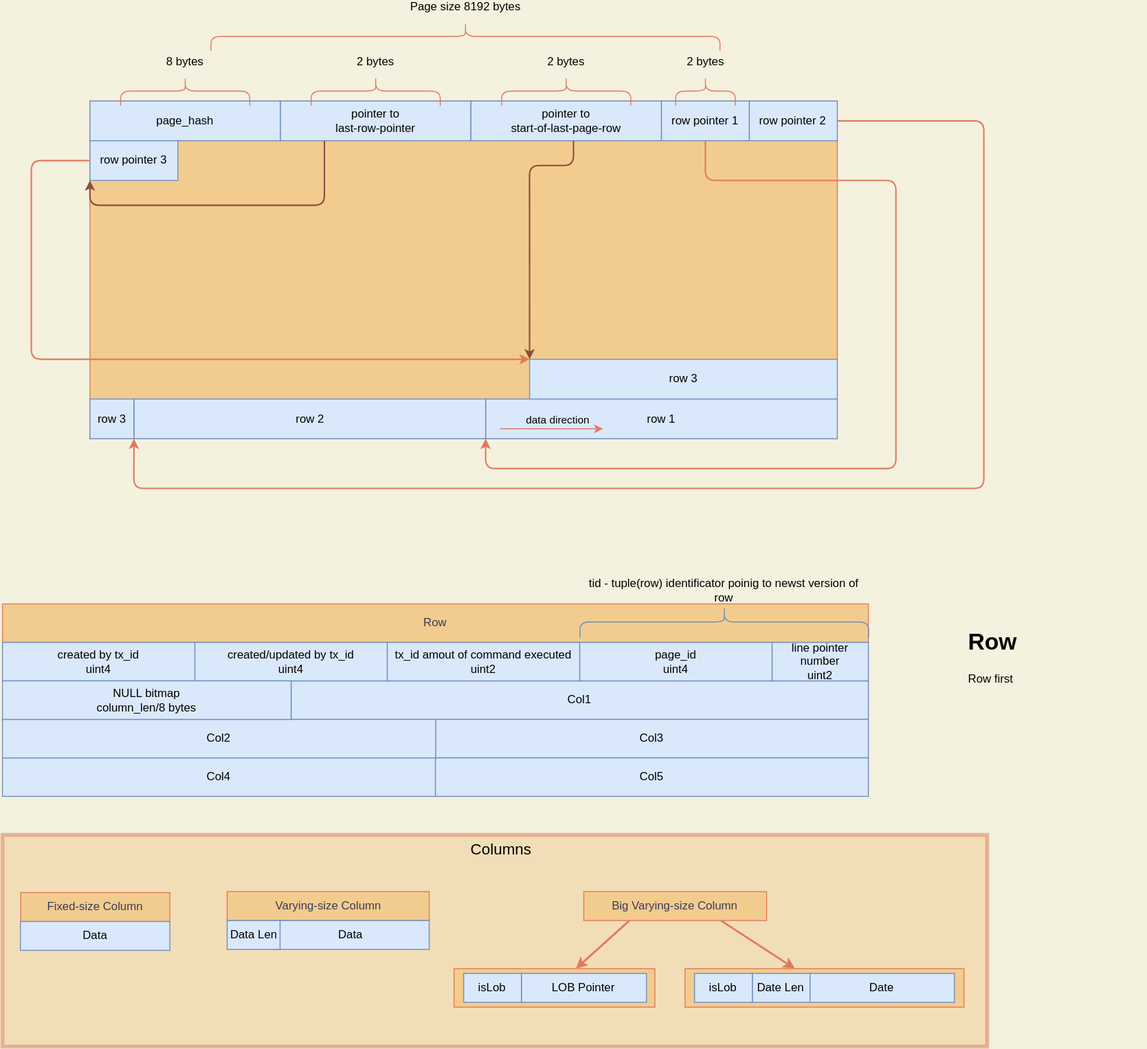
Harry29-exe/HomegrownDB keeps this draw.io diagram as documentacion/page.doc.svg. Above is the earlier version. Source tidied: cells renumbered, new cells last; positions are measured from the earlier drawing's top-left corner, leaving out a move shared by most shapes.
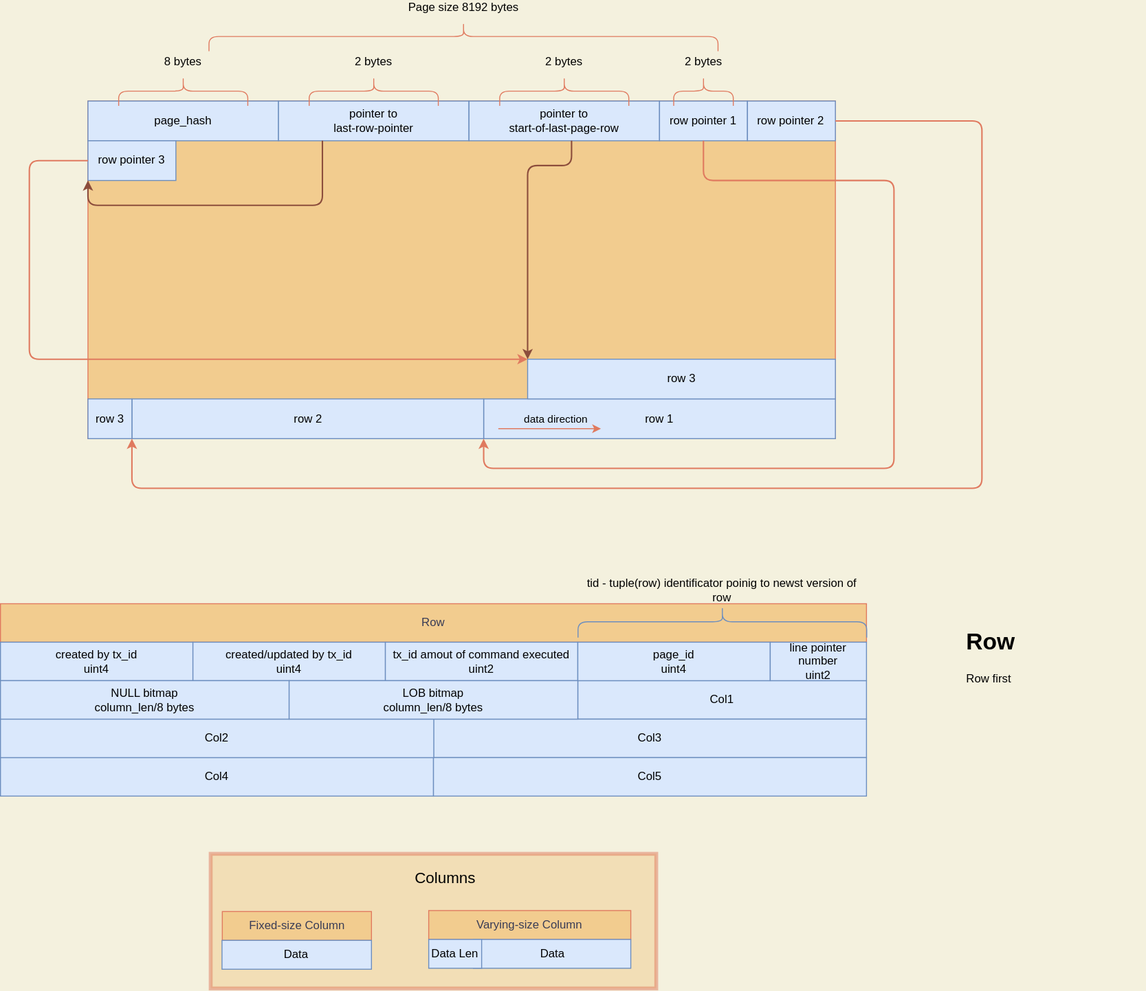
Above is the later version.

The edit, as a diff of the source:
```diff
@@ -3,19 +3,13 @@
     <mxCell id="0" />
     <mxCell id="1" parent="0" />
     <mxCell id="2" style="rounded=0;whiteSpace=wrap;html=1;sketch=0;fontColor=#393C56;strokeColor=#E07A5F;fillColor=#F2CC8F;opacity=50;strokeWidth=4;" parent="1" vertex="1">
-      <mxGeometry y="1094" width="1023.5" height="220" as="geometry" />
+      <mxGeometry x="218.4" y="1114" width="463.1" height="140" as="geometry" />
     </mxCell>
-    <mxCell id="3" style="edgeStyle=none;rounded=1;jettySize=auto;html=1;fontColor=#000000;strokeWidth=2;strokeColor=#E07A5F;fillColor=#F2CC8F;sketch=0;exitX=0.25;exitY=1;exitDx=0;exitDy=0;" parent="1" edge="1" source="18" target="10">
-      <mxGeometry relative="1" as="geometry" />
-    </mxCell>
-    <mxCell id="4" style="edgeStyle=none;rounded=1;jettySize=auto;html=1;fontColor=#000000;strokeWidth=2;strokeColor=#E07A5F;fillColor=#F2CC8F;sketch=0;exitX=0.75;exitY=1;exitDx=0;exitDy=0;" parent="1" edge="1" source="18" target="14">
-      <mxGeometry relative="1" as="geometry" />
-    </mxCell>
     <mxCell id="5" value="&lt;font style=&quot;font-size: 16px&quot;&gt;Columns&lt;/font&gt;" style="text;html=1;strokeColor=none;fillColor=none;align=center;verticalAlign=middle;whiteSpace=wrap;rounded=0;fontColor=#000000;" parent="1" vertex="1">
-      <mxGeometry x="469.3" y="1094" width="98.7" height="30" as="geometry" />
+      <mxGeometry x="412.9" y="1124" width="98.7" height="30" as="geometry" />
     </mxCell>
     <mxCell id="6" style="group;" parent="1" vertex="1">
-      <mxGeometry x="18.7" y="1154" width="155.3" height="60" as="geometry" />
+      <mxGeometry x="230.2" y="1174" width="155.3" height="60" as="geometry" />
     </mxCell>
     <mxCell id="7" value="Fixed-size Column" style="rounded=0;whiteSpace=wrap;html=1;sketch=0;fontColor=#393C56;strokeColor=#E07A5F;fillColor=#F2CC8F;" parent="6" vertex="1">
       <mxGeometry x="0.3" width="155" height="30" as="geometry" />
@@ -23,38 +17,8 @@
     <mxCell id="8" value="&lt;font color=&quot;#000000&quot;&gt;Data&lt;/font&gt;" style="rounded=0;whiteSpace=wrap;html=1;strokeColor=#6c8ebf;fillColor=#dae8fc;sketch=0;" parent="6" vertex="1">
       <mxGeometry y="30" width="155.3" height="30" as="geometry" />
     </mxCell>
-    <mxCell id="9" style="group;" parent="1" vertex="1">
-      <mxGeometry x="469.3" y="1233" width="208.8" height="40" as="geometry" />
-    </mxCell>
-    <mxCell id="10" style="rounded=0;whiteSpace=wrap;html=1;sketch=0;fontColor=#393C56;strokeColor=#E07A5F;fillColor=#F2CC8F;" parent="9" vertex="1">
-      <mxGeometry width="208.8" height="40" as="geometry" />
-    </mxCell>
-    <mxCell id="11" value="&lt;font color=&quot;#000000&quot;&gt;LOB Pointer&lt;/font&gt;" style="rounded=0;whiteSpace=wrap;html=1;strokeColor=#6c8ebf;fillColor=#dae8fc;sketch=0;" parent="9" vertex="1">
-      <mxGeometry x="70" y="5" width="130" height="30" as="geometry" />
-    </mxCell>
-    <mxCell id="12" value="&lt;font color=&quot;#000000&quot;&gt;isLob&lt;/font&gt;" style="rounded=0;whiteSpace=wrap;html=1;strokeColor=#6c8ebf;fillColor=#dae8fc;sketch=0;" parent="9" vertex="1">
-      <mxGeometry x="10" y="5" width="60" height="30" as="geometry" />
-    </mxCell>
-    <mxCell id="13" style="group;" parent="1" vertex="1">
-      <mxGeometry x="709.3" y="1233" width="290" height="40" as="geometry" />
-    </mxCell>
-    <mxCell id="14" style="rounded=0;whiteSpace=wrap;html=1;sketch=0;fontColor=#393C56;strokeColor=#E07A5F;fillColor=#F2CC8F;" parent="13" vertex="1">
-      <mxGeometry width="290" height="40" as="geometry" />
-    </mxCell>
-    <mxCell id="15" value="&lt;font color=&quot;#000000&quot;&gt;Date Len&lt;/font&gt;" style="rounded=0;whiteSpace=wrap;html=1;strokeColor=#6c8ebf;fillColor=#dae8fc;sketch=0;" parent="13" vertex="1">
-      <mxGeometry x="70" y="5" width="60" height="30" as="geometry" />
-    </mxCell>
-    <mxCell id="16" value="&lt;font color=&quot;#000000&quot;&gt;isLob&lt;/font&gt;" style="rounded=0;whiteSpace=wrap;html=1;strokeColor=#6c8ebf;fillColor=#dae8fc;sketch=0;" parent="13" vertex="1">
-      <mxGeometry x="10" y="5" width="60" height="30" as="geometry" />
-    </mxCell>
-    <mxCell id="17" value="&lt;font color=&quot;#000000&quot;&gt;Date&lt;/font&gt;" style="rounded=0;whiteSpace=wrap;html=1;strokeColor=#6c8ebf;fillColor=#dae8fc;sketch=0;" parent="13" vertex="1">
-      <mxGeometry x="130" y="5" width="150" height="30" as="geometry" />
-    </mxCell>
-    <mxCell id="18" value="Big Varying-size Column" style="rounded=0;whiteSpace=wrap;html=1;sketch=0;fontColor=#393C56;strokeColor=#E07A5F;fillColor=#F2CC8F;" parent="1" vertex="1">
-      <mxGeometry x="604.2" y="1153" width="190" height="30" as="geometry" />
-    </mxCell>
     <mxCell id="19" style="group;" parent="1" vertex="1">
-      <mxGeometry x="233.5" y="1153" width="210" height="60" as="geometry" />
+      <mxGeometry x="445.1" y="1173" width="210" height="60" as="geometry" />
     </mxCell>
     <mxCell id="20" value="Varying-size Column" style="rounded=0;whiteSpace=wrap;html=1;sketch=0;fontColor=#393C56;strokeColor=#E07A5F;fillColor=#F2CC8F;" parent="19" vertex="1">
       <mxGeometry width="210" height="30" as="geometry" />
@@ -178,7 +142,7 @@
       <mxGeometry y="854" width="900" height="40" as="geometry" />
     </mxCell>
     <mxCell id="49" value="&lt;font color=&quot;#000000&quot;&gt;Col1&lt;/font&gt;" style="rounded=0;whiteSpace=wrap;html=1;strokeColor=#6c8ebf;fillColor=#dae8fc;sketch=0;" parent="1" vertex="1">
-      <mxGeometry x="300" y="934" width="600" height="40" as="geometry" />
+      <mxGeometry x="600" y="934" width="300" height="40" as="geometry" />
     </mxCell>
     <mxCell id="50" value="&lt;font color=&quot;#000000&quot;&gt;Col3&lt;/font&gt;" style="rounded=0;whiteSpace=wrap;html=1;strokeColor=#6c8ebf;fillColor=#dae8fc;sketch=0;" parent="1" vertex="1">
       <mxGeometry x="450" y="974" width="450" height="40" as="geometry" />
@@ -213,5 +177,8 @@
     <mxCell id="60" value="&lt;font color=&quot;#000000&quot;&gt;NULL bitmap&lt;br&gt;column_len/8 bytes&lt;br&gt;&lt;/font&gt;" style="rounded=0;whiteSpace=wrap;html=1;strokeColor=#6c8ebf;fillColor=#dae8fc;sketch=0;" parent="1" vertex="1">
       <mxGeometry y="934" width="300" height="40" as="geometry" />
     </mxCell>
+    <mxCell id="61" value="&lt;font color=&quot;#000000&quot;&gt;LOB bitmap&lt;br&gt;column_len/8 bytes&lt;br&gt;&lt;/font&gt;" style="rounded=0;whiteSpace=wrap;html=1;strokeColor=#6c8ebf;fillColor=#dae8fc;sketch=0;" parent="1" vertex="1">
+      <mxGeometry x="300" y="934" width="300" height="40" as="geometry" />
+    </mxCell>
   </root>
 </mxGraphModel>
```
